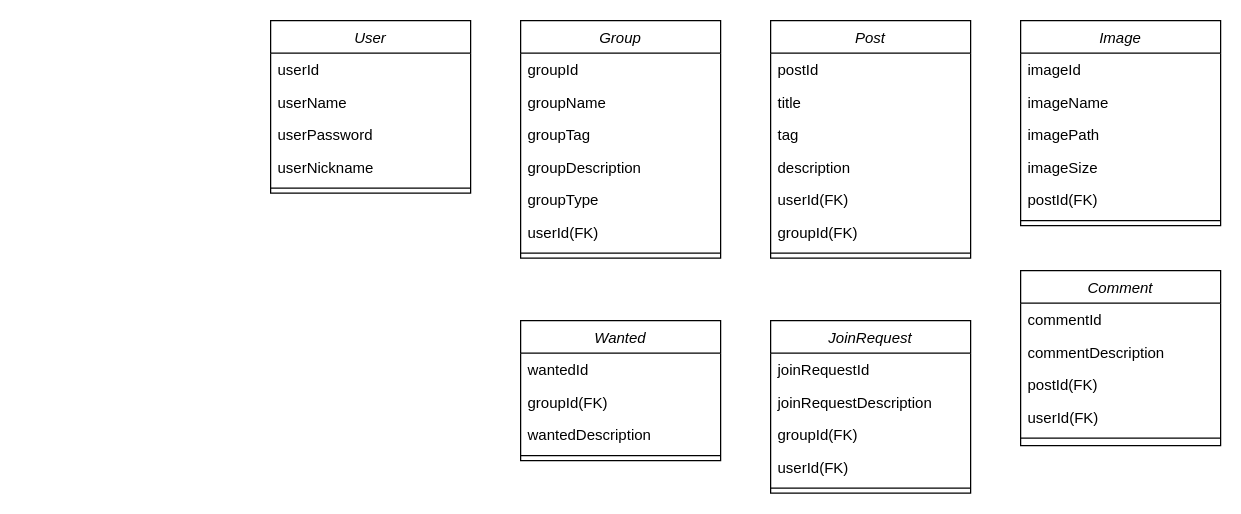
Above: CD.drawio in jangtaehwan2/tutoring_spring (draw.io), before the change. Source tidied: cells renumbered, new cells numbered last; positions are measured from the earlier drawing's top-left corner, leaving out a move shared by most shapes. Both pictures are drawn from the tidied source at 125%, with x=0, y=0 at pixel (270, 20).
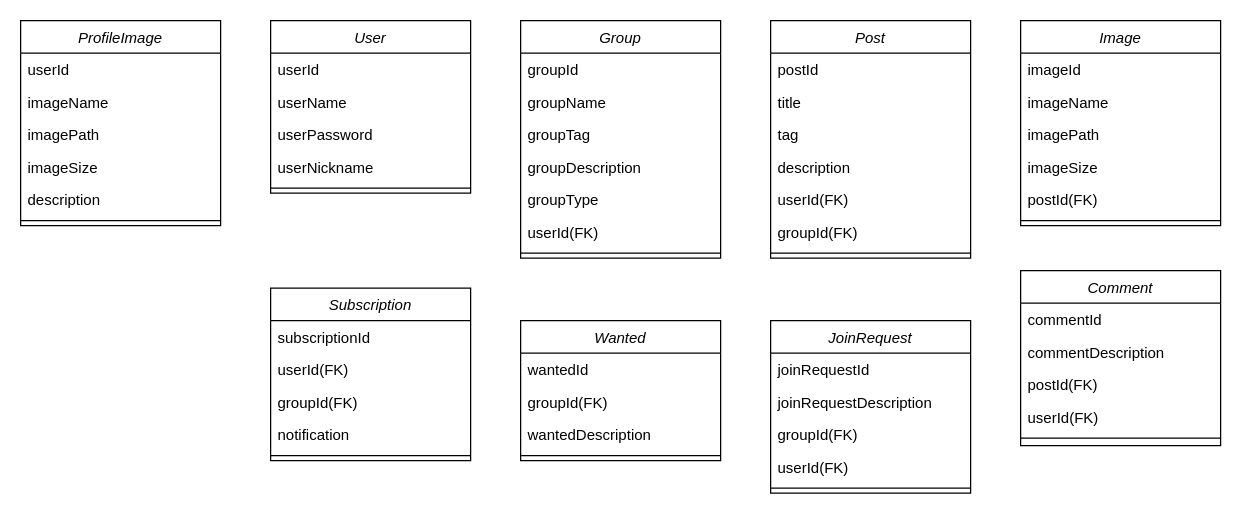
After the change.

Diff of the diagram source:
```diff
@@
+    <mxCell id="48" value="Subscription" style="swimlane;fontStyle=2;align=center;verticalAlign=top;horizontal=1;startSize=26;rounded=0;shadow=0;strokeWidth=1;" parent="1" vertex="1">
+      <mxGeometry y="214" width="160" height="138" as="geometry" />
+    </mxCell>
+    <mxCell id="49" value="subscriptionId" style="text;align=left;verticalAlign=top;spacingLeft=4;spacingRight=4;overflow=hidden;" parent="48" vertex="1">
+      <mxGeometry y="26" width="160" height="26" as="geometry" />
+    </mxCell>
+    <mxCell id="50" value="userId(FK)" style="text;align=left;verticalAlign=top;spacingLeft=4;spacingRight=4;overflow=hidden;" parent="48" vertex="1">
+      <mxGeometry y="52" width="160" height="26" as="geometry" />
+    </mxCell>
+    <mxCell id="51" value="groupId(FK)" style="text;align=left;verticalAlign=top;spacingLeft=4;spacingRight=4;overflow=hidden;rounded=0;shadow=0;html=0;" parent="48" vertex="1">
+      <mxGeometry y="78" width="160" height="26" as="geometry" />
+    </mxCell>
+    <mxCell id="52" value="notification" style="text;align=left;verticalAlign=top;spacingLeft=4;spacingRight=4;overflow=hidden;rounded=0;shadow=0;html=0;" parent="48" vertex="1">
+      <mxGeometry y="104" width="160" height="26" as="geometry" />
+    </mxCell>
+    <mxCell id="53" style="line;html=1;strokeWidth=1;align=left;verticalAlign=middle;spacingTop=-1;spacingLeft=3;spacingRight=3;labelPosition=right;" parent="48" vertex="1">
+      <mxGeometry y="130" width="160" height="8" as="geometry" />
+    </mxCell>
+    <mxCell id="54" value="ProfileImage" style="swimlane;fontStyle=2;align=center;verticalAlign=top;horizontal=1;startSize=26;rounded=0;shadow=0;strokeWidth=1;" parent="1" vertex="1">
+      <mxGeometry x="-200" width="160" height="164" as="geometry" />
+    </mxCell>
+    <mxCell id="55" value="userId  " style="text;align=left;verticalAlign=top;spacingLeft=4;spacingRight=4;overflow=hidden;" parent="54" vertex="1">
+      <mxGeometry y="26" width="160" height="26" as="geometry" />
+    </mxCell>
+    <mxCell id="56" value="imageName" style="text;align=left;verticalAlign=top;spacingLeft=4;spacingRight=4;overflow=hidden;" parent="54" vertex="1">
+      <mxGeometry y="52" width="160" height="26" as="geometry" />
+    </mxCell>
+    <mxCell id="57" value="imagePath" style="text;align=left;verticalAlign=top;spacingLeft=4;spacingRight=4;overflow=hidden;rounded=0;shadow=0;html=0;" parent="54" vertex="1">
+      <mxGeometry y="78" width="160" height="26" as="geometry" />
+    </mxCell>
+    <mxCell id="58" value="imageSize" style="text;align=left;verticalAlign=top;spacingLeft=4;spacingRight=4;overflow=hidden;rounded=0;shadow=0;html=0;" parent="54" vertex="1">
+      <mxGeometry y="104" width="160" height="26" as="geometry" />
+    </mxCell>
+    <mxCell id="59" value="description" style="text;align=left;verticalAlign=top;spacingLeft=4;spacingRight=4;overflow=hidden;" parent="54" vertex="1">
+      <mxGeometry y="130" width="160" height="26" as="geometry" />
+    </mxCell>
+    <mxCell id="60" style="line;html=1;strokeWidth=1;align=left;verticalAlign=middle;spacingTop=-1;spacingLeft=3;spacingRight=3;labelPosition=right;" parent="54" vertex="1">
+      <mxGeometry y="156" width="160" height="8" as="geometry" />
+    </mxCell>
```
